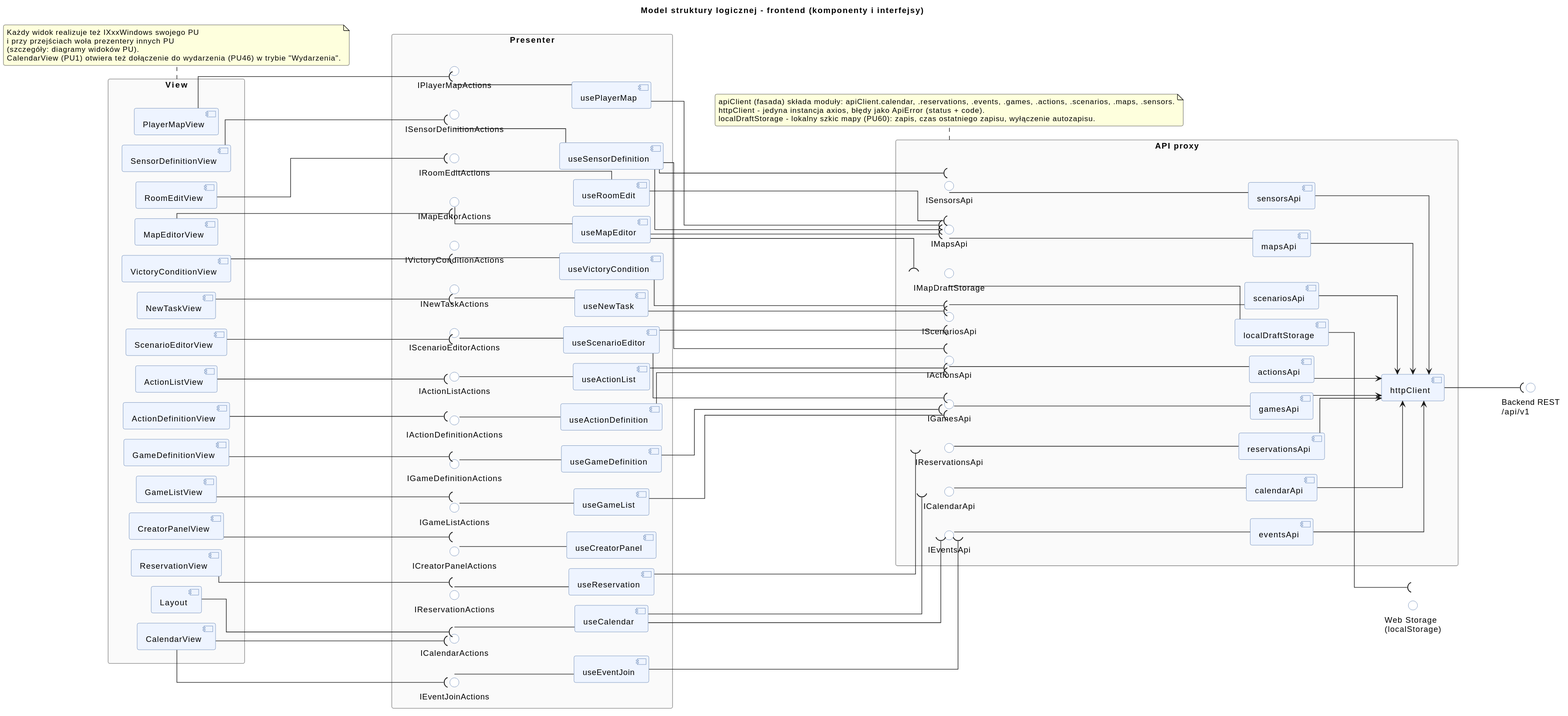
Before: diagrams/rendered/logic_structure_frontend.svg, a diagram exported from PlantUML (Igor-Ochocki/POP-2026Z).
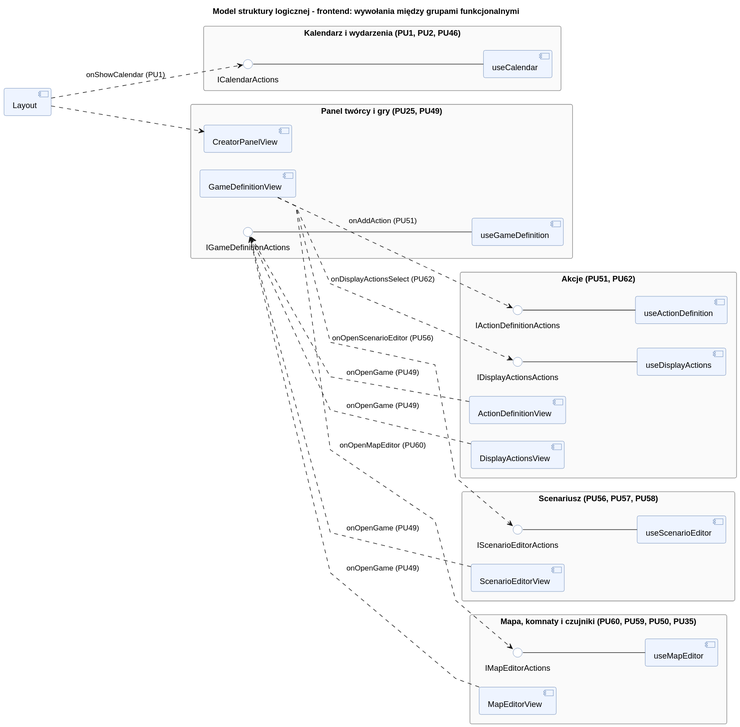
The same file after the commit.

The edit, as a diff of the source:
```diff
@@ -4,9 +4,9 @@
 skinparam packageStyle rectangle
 skinparam shadowing false
 skinparam roundcorner 6
-skinparam linetype ortho
-skinparam nodesep 18
-skinparam ranksep 90
+skinparam linetype polyline
+skinparam nodesep 30
+skinparam ranksep 120
 skinparam package {
     BackgroundColor #FAFAFA
     BorderColor #888888
@@ -20,171 +20,59 @@
     BorderColor #4A6FA5
 }
 
-title Model struktury logicznej - frontend (komponenty i interfejsy)
+title Model struktury logicznej - frontend: wywołania między grupami funkcjonalnymi
 
-package "View" as V {
-    component [Layout] as V_Layout
-    component [CalendarView] as V_Calendar
-    component [ReservationView] as V_Reservation
-    component [CreatorPanelView] as V_Creator
-    component [GameListView] as V_GameList
-    component [GameDefinitionView] as V_GameDef
-    component [ActionDefinitionView] as V_Action
-    component [ActionListView] as V_ActionList
-    component [ScenarioEditorView] as V_Scenario
-    component [NewTaskView] as V_NewTask
-    component [VictoryConditionView] as V_Victory
-    component [MapEditorView] as V_MapEditor
-    component [RoomEditView] as V_RoomEdit
-    component [SensorDefinitionView] as V_Sensor
-    component [PlayerMapView] as V_PlayerMap
+component [Layout] as V_Layout
+
+package "Kalendarz i wydarzenia (PU1, PU2, PU46)" as G_Cal {
+    () "ICalendarActions" as I_Calendar
+    component [useCalendar] as P_Calendar
+    I_Calendar -- P_Calendar
 }
 
-package "Presenter" as P {
-    () "ICalendarActions" as I_Calendar
-    () "IReservationActions" as I_Reservation
-    () "IEventJoinActions" as I_EventJoin
-    () "ICreatorPanelActions" as I_Creator
-    () "IGameListActions" as I_GameList
+package "Panel twórcy i gry (PU25, PU49)" as G_Games {
+    component [CreatorPanelView] as V_Creator
+    component [GameDefinitionView] as V_GameDef
     () "IGameDefinitionActions" as I_GameDef
-    () "IActionDefinitionActions" as I_Action
-    () "IActionListActions" as I_ActionList
-    () "IScenarioEditorActions" as I_Scenario
-    () "INewTaskActions" as I_NewTask
-    () "IVictoryConditionActions" as I_Victory
-    () "IMapEditorActions" as I_MapEditor
-    () "IRoomEditActions" as I_RoomEdit
-    () "ISensorDefinitionActions" as I_Sensor
-    () "IPlayerMapActions" as I_PlayerMap
-
-    component [useCalendar] as P_Calendar
-    component [useReservation] as P_Reservation
-    component [useEventJoin] as P_EventJoin
-    component [useCreatorPanel] as P_Creator
-    component [useGameList] as P_GameList
     component [useGameDefinition] as P_GameDef
-    component [useActionDefinition] as P_Action
-    component [useActionList] as P_ActionList
-    component [useScenarioEditor] as P_Scenario
-    component [useNewTask] as P_NewTask
-    component [useVictoryCondition] as P_Victory
-    component [useMapEditor] as P_MapEditor
-    component [useRoomEdit] as P_RoomEdit
-    component [useSensorDefinition] as P_Sensor
-    component [usePlayerMap] as P_PlayerMap
-
-    I_Calendar -- P_Calendar
-    I_Reservation -- P_Reservation
-    I_EventJoin -- P_EventJoin
-    I_Creator -- P_Creator
-    I_GameList -- P_GameList
     I_GameDef -- P_GameDef
-    I_Action -- P_Action
-    I_ActionList -- P_ActionList
-    I_Scenario -- P_Scenario
-    I_NewTask -- P_NewTask
-    I_Victory -- P_Victory
-    I_MapEditor -- P_MapEditor
-    I_RoomEdit -- P_RoomEdit
-    I_Sensor -- P_Sensor
-    I_PlayerMap -- P_PlayerMap
 }
 
-package "API proxy" as A {
-    () "ICalendarApi" as IA_Calendar
-    () "IReservationsApi" as IA_Reservations
-    () "IEventsApi" as IA_Events
-    () "IGamesApi" as IA_Games
-    () "IActionsApi" as IA_Actions
-    () "IScenariosApi" as IA_Scenarios
-    () "IMapsApi" as IA_Maps
-    () "ISensorsApi" as IA_Sensors
-    () "IMapDraftStorage" as IA_Draft
-
-    component [calendarApi] as A_Calendar
-    component [reservationsApi] as A_Reservations
-    component [eventsApi] as A_Events
-    component [gamesApi] as A_Games
-    component [actionsApi] as A_Actions
-    component [scenariosApi] as A_Scenarios
-    component [mapsApi] as A_Maps
-    component [sensorsApi] as A_Sensors
-    component [localDraftStorage] as A_Draft
-    component [httpClient] as A_Http
-
-    IA_Calendar -- A_Calendar
-    IA_Reservations -- A_Reservations
-    IA_Events -- A_Events
-    IA_Games -- A_Games
-    IA_Actions -- A_Actions
-    IA_Scenarios -- A_Scenarios
-    IA_Maps -- A_Maps
-    IA_Sensors -- A_Sensors
-    IA_Draft -- A_Draft
-
-    A_Calendar --> A_Http
-    A_Reservations --> A_Http
-    A_Events --> A_Http
-    A_Games --> A_Http
-    A_Actions --> A_Http
-    A_Scenarios --> A_Http
-    A_Maps --> A_Http
-    A_Sensors --> A_Http
+package "Akcje (PU51, PU62)" as G_Actions {
+    component [ActionDefinitionView] as V_Action
+    component [DisplayActionsView] as V_DisplayActions
+    () "IActionDefinitionActions" as I_Action
+    () "IDisplayActionsActions" as I_DisplayActions
+    component [useActionDefinition] as P_Action
+    component [useDisplayActions] as P_DisplayActions
+    I_Action -- P_Action
+    I_DisplayActions -- P_DisplayActions
 }
 
-() "Backend REST\n/api/v1" as REST
-() "Web Storage\n(localStorage)" as LS
-A_Http --( REST
-A_Draft --( LS
+package "Scenariusz (PU56, PU57, PU58)" as G_Scenario {
+    component [ScenarioEditorView] as V_Scenario
+    () "IScenarioEditorActions" as I_Scenario
+    component [useScenarioEditor] as P_Scenario
+    I_Scenario -- P_Scenario
+}
 
-V_Calendar --( I_Calendar
-V_Calendar --( I_EventJoin
-V_Reservation --( I_Reservation
-V_Creator --( I_Creator
-V_GameList --( I_GameList
-V_GameDef --( I_GameDef
-V_Action --( I_Action
-V_ActionList --( I_ActionList
-V_Scenario --( I_Scenario
-V_NewTask --( I_NewTask
-V_Victory --( I_Victory
-V_MapEditor --( I_MapEditor
-V_RoomEdit --( I_RoomEdit
-V_Sensor --( I_Sensor
-V_PlayerMap --( I_PlayerMap
+package "Mapa, komnaty i czujniki (PU60, PU59, PU50, PU35)" as G_Map {
+    component [MapEditorView] as V_MapEditor
+    () "IMapEditorActions" as I_MapEditor
+    component [useMapEditor] as P_MapEditor
+    I_MapEditor -- P_MapEditor
+}
 
-V_Layout --( I_Calendar
+V_Layout ..> I_Calendar : onShowCalendar (PU1)
+V_Layout ..> V_Creator
 
-P_Calendar --( IA_Calendar
-P_Calendar --( IA_Events
-P_Reservation --( IA_Reservations
-P_EventJoin --( IA_Events
-P_GameList --( IA_Games
-P_GameDef --( IA_Games
-P_Action --( IA_Actions
-P_ActionList --( IA_Actions
-P_Scenario --( IA_Games
-P_Scenario --( IA_Scenarios
-P_NewTask --( IA_Scenarios
-P_Victory --( IA_Scenarios
-P_MapEditor --( IA_Maps
-P_MapEditor --( IA_Draft
-P_RoomEdit --( IA_Maps
-P_Sensor --( IA_Sensors
-P_Sensor --( IA_Maps
-P_Sensor --( IA_Actions
-P_PlayerMap --( IA_Maps
+V_GameDef ..> I_Action : onAddAction (PU51)
+V_GameDef ..> I_DisplayActions : onDisplayActionsSelect (PU62)
+V_GameDef ..> I_Scenario : onOpenScenarioEditor (PU56)
+V_GameDef ..> I_MapEditor : onOpenMapEditor (PU60)
 
-note bottom of A
-    apiClient (fasada) składa moduły: apiClient.calendar, .reservations, .events, .games, .actions, .scenarios, .maps, .sensors.
-    httpClient - jedyna instancja axios, błędy jako ApiError (status + code).
-    localDraftStorage - lokalny szkic mapy (PU60): zapis, czas ostatniego zapisu, wyłączenie autozapisu.
-end note
-
-note bottom of V
-    Każdy widok realizuje też IXxxWindows swojego PU
-    i przy przejściach woła prezentery innych PU
-    (szczegóły: diagramy widoków PU).
-    CalendarView (PU1) otwiera też dołączenie do wydarzenia (PU46) w trybie "Wydarzenia".
-end note
+V_Action ..> I_GameDef : onOpenGame (PU49)
+V_DisplayActions ..> I_GameDef : onOpenGame (PU49)
+V_Scenario ..> I_GameDef : onOpenGame (PU49)
+V_MapEditor ..> I_GameDef : onOpenGame (PU49)
 @enduml
```
